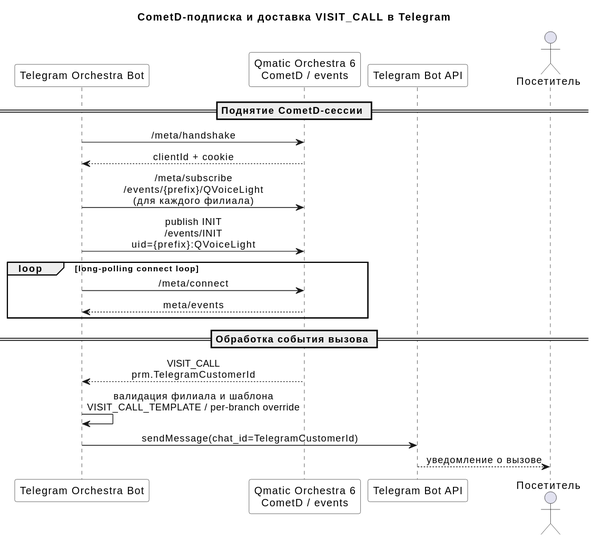
This is docs/diagrams/cometd-sequence.svg from psokolov25/chatbot, a PlantUML export, as it was before one commit. Its source is kept beside it as docs/diagrams/src/cometd-sequence.puml. The source it was exported from:
```plantuml
@startuml
title CometD-подписка и доставка VISIT_CALL в Telegram

!include style.iuml
skinparam sequenceMessageAlign center
skinparam sequence {
  GroupBorderColor #7aa6d8
  GroupBackgroundColor #f8fbff
  GroupHeaderFontColor #1f4e79
}

participant "Telegram Orchestra Bot" as Bot
participant "Qmatic Orchestra 6\nCometD / events" as CometD
participant "Telegram Bot API" as Telegram
actor "Посетитель" as User

== Поднятие CometD-сессии ==

Bot -> CometD : /meta/handshake
CometD --> Bot : clientId + cookie
Bot -> CometD : /meta/subscribe\n/events/{prefix}/QVoiceLight\n(для каждого филиала)
Bot -> CometD : publish INIT\n/events/INIT\nuid={prefix}:QVoiceLight

loop long-polling connect loop
  Bot -> CometD : /meta/connect
  CometD --> Bot : meta/events
end

== Обработка события вызова ==

CometD --> Bot : VISIT_CALL\nprm.TelegramCustomerId
Bot -> Bot : валидация филиала и шаблона\nVISIT_CALL_TEMPLATE / per-branch override
Bot -> Telegram : sendMessage(chat_id=TelegramCustomerId)
Telegram --> User : уведомление о вызове

legend bottom
Условные обозначения:
- /meta/handshake: старт Bayeux-сессии и получение clientId
- /meta/subscribe: подписка на канал филиала /events/{prefix}/QVoiceLight
- loop: непрерывный long-polling через /meta/connect
- VISIT_CALL: событие вызова посетителя
- prm.TelegramCustomerId: chat_id для адресной отправки в Telegram
endlegend

@enduml
```
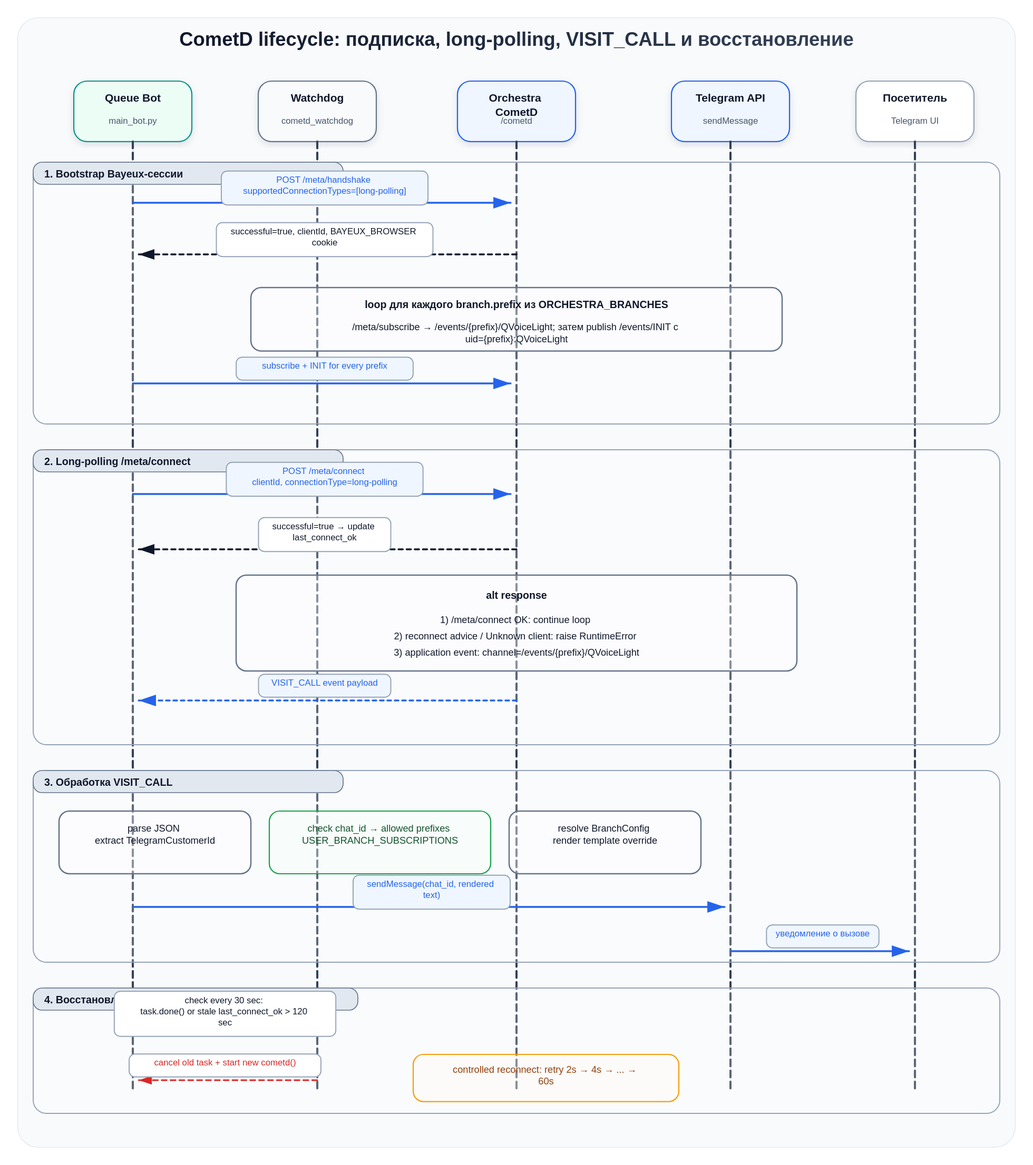
Later version of the same file.

Diff of the diagram source:
```diff
@@ -1,45 +1,58 @@
 @startuml
-title CometD-подписка и доставка VISIT_CALL в Telegram
+title CometD lifecycle: подписка, long-polling, VISIT_CALL и восстановление
+!include style.iuml
+hide footbox
+autonumber "<b>[00]"
 
-!include style.iuml
-skinparam sequenceMessageAlign center
-skinparam sequence {
-  GroupBorderColor #7aa6d8
-  GroupBackgroundColor #f8fbff
-  GroupHeaderFontColor #1f4e79
-}
-
-participant "Telegram Orchestra Bot" as Bot
-participant "Qmatic Orchestra 6\nCometD / events" as CometD
+participant "Queue Bot\nmain_bot.py" as Bot
+participant "CometD watchdog" as Watchdog
+participant "Orchestra CometD\n/cometd" as CometD
 participant "Telegram Bot API" as Telegram
 actor "Посетитель" as User
 
-== Поднятие CometD-сессии ==
-
-Bot -> CometD : /meta/handshake
-CometD --> Bot : clientId + cookie
-Bot -> CometD : /meta/subscribe\n/events/{prefix}/QVoiceLight\n(для каждого филиала)
-Bot -> CometD : publish INIT\n/events/INIT\nuid={prefix}:QVoiceLight
-
-loop long-polling connect loop
-  Bot -> CometD : /meta/connect
-  CometD --> Bot : meta/events
+== Bootstrap сессии ==
+Bot -> CometD : POST /meta/handshake\nsupportedConnectionTypes=[long-polling]
+CometD --> Bot : successful=true\nclientId + BAYEUX_BROWSER cookie
+loop для каждого branch.prefix из ORCHESTRA_BRANCHES
+  Bot -> CometD : POST /meta/subscribe\nsubscription=/events/{prefix}/QVoiceLight
+  CometD --> Bot : subscribe successful
+  Bot -> CometD : publish /events/INIT\nuid={prefix}:QVoiceLight\ntype=67, encoding=QP_JSON
 end
 
-== Обработка события вызова ==
+== Long-polling цикл ==
+loop постоянно, timeout до 90 секунд
+  Bot -> CometD : POST /meta/connect\nclientId, connectionType=long-polling
+  alt successful /meta/connect
+    CometD --> Bot : successful=true\nlast_connect_ok updated
+  else reconnect advice / unknown client
+    CometD --> Bot : error / advice=reconnect:handshake
+    Bot -> Bot : raise RuntimeError\ncontrolled reconnect
+  else прикладное событие
+    CometD --> Bot : channel=/events/{prefix}/QVoiceLight\ndata.E.evnt=VISIT_CALL
+  end
+end
 
-CometD --> Bot : VISIT_CALL\nprm.TelegramCustomerId
-Bot -> Bot : валидация филиала и шаблона\nVISIT_CALL_TEMPLATE / per-branch override
-Bot -> Telegram : sendMessage(chat_id=TelegramCustomerId)
-Telegram --> User : уведомление о вызове
+== Обработка VISIT_CALL ==
+Bot -> Bot : parse data JSON\nextract E.prm.TelegramCustomerId
+Bot -> Bot : check USER_BRANCH_SUBSCRIPTIONS\nchat_id -> allowed prefixes
+Bot -> Bot : resolve BranchConfig by prefix\nchoose branch template or default
+Bot -> Telegram : sendMessage(chat_id, rendered text)
+Telegram -> User : уведомление о вызове
 
-legend bottom
-Условные обозначения:
-- /meta/handshake: старт Bayeux-сессии и получение clientId
-- /meta/subscribe: подписка на канал филиала /events/{prefix}/QVoiceLight
-- loop: непрерывный long-polling через /meta/connect
-- VISIT_CALL: событие вызова посетителя
-- prm.TelegramCustomerId: chat_id для адресной отправки в Telegram
+== Восстановление после сбоя ==
+Watchdog -> Bot : каждые 30 секунд\ncheck task.done() / stale last_connect_ok
+alt задача упала или нет /meta/connect > 120 секунд
+  Watchdog -> Bot : cancel old CometD task
+  Watchdog -> Bot : start new cometd() task
+else сессия сама в reconnect/backoff
+  Bot -> Bot : retry 2s -> 4s -> ... -> 60s
+end
+
+legend bottom center
+|= Механизм |= Назначение |
+| BAYEUX_BROWSER | cookie CometD/Bayeux-сессии после handshake |
+| /events/{prefix}/QVoiceLight | филиальный канал событий вызова посетителя |
+| /events/INIT | регистрация клиента QVoiceLight для выбранного prefix |
+| watchdog | защита от зависания long-polling и тихой смерти сессии |
 endlegend
-
 @enduml
```
